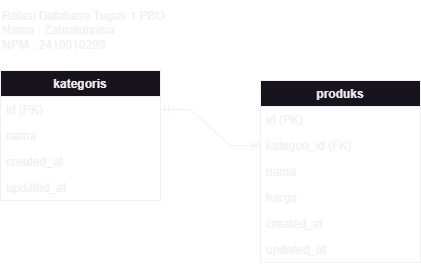
Above: gambar_relasi.png in zhratnnisaa/tugas1-pbo (draw.io), before the change. Source tidied: cells renumbered, new cells last; positions are measured from the earlier drawing's top-left corner, leaving out a move shared by most shapes. Source of this version:
```xml
<mxGraphModel>
  <root>
    <mxCell id="0" />
    <mxCell id="1" parent="0" />
    <mxCell id="2" value="kategoris" style="swimlane;fontStyle=1;horizontal=1;startSize=26;" parent="1" vertex="1">
      <mxGeometry y="70" width="160" height="130" as="geometry" />
    </mxCell>
    <mxCell id="3" value="id (PK)" style="text;strokeColor=none;fillColor=none;align=left;verticalAlign=top;spacingLeft=4;spacingRight=4;overflow=hidden;points=[[0,0.5],[1,0.5]];portConstraint=eastwest;" parent="2" vertex="1">
      <mxGeometry y="26" width="160" height="26" as="geometry" />
    </mxCell>
    <mxCell id="4" value="nama" style="text;strokeColor=none;fillColor=none;align=left;verticalAlign=top;spacingLeft=4;spacingRight=4;overflow=hidden;" parent="2" vertex="1">
      <mxGeometry y="52" width="160" height="26" as="geometry" />
    </mxCell>
    <mxCell id="5" value="created_at" style="text;strokeColor=none;fillColor=none;align=left;verticalAlign=top;spacingLeft=4;spacingRight=4;overflow=hidden;" parent="2" vertex="1">
      <mxGeometry y="78" width="160" height="26" as="geometry" />
    </mxCell>
    <mxCell id="6" value="updated_at" style="text;strokeColor=none;fillColor=none;align=left;verticalAlign=top;spacingLeft=4;spacingRight=4;overflow=hidden;" parent="2" vertex="1">
      <mxGeometry y="104" width="160" height="26" as="geometry" />
    </mxCell>
    <mxCell id="7" value="produks" style="swimlane;fontStyle=1;horizontal=1;startSize=26;" parent="1" vertex="1">
      <mxGeometry x="260" y="80" width="160" height="182" as="geometry" />
    </mxCell>
    <mxCell id="8" value="id (PK)" style="text;strokeColor=none;fillColor=none;align=left;verticalAlign=top;spacingLeft=4;spacingRight=4;overflow=hidden;" parent="7" vertex="1">
      <mxGeometry y="26" width="160" height="26" as="geometry" />
    </mxCell>
    <mxCell id="9" value="kategori_id (FK)" style="text;strokeColor=none;fillColor=none;align=left;verticalAlign=top;spacingLeft=4;spacingRight=4;overflow=hidden;points=[[0,0.5],[1,0.5]];portConstraint=eastwest;" parent="7" vertex="1">
      <mxGeometry y="52" width="160" height="26" as="geometry" />
    </mxCell>
    <mxCell id="10" value="nama" style="text;strokeColor=none;fillColor=none;align=left;verticalAlign=top;spacingLeft=4;spacingRight=4;overflow=hidden;" parent="7" vertex="1">
      <mxGeometry y="78" width="160" height="26" as="geometry" />
    </mxCell>
    <mxCell id="11" value="harga" style="text;strokeColor=none;fillColor=none;align=left;verticalAlign=top;spacingLeft=4;spacingRight=4;overflow=hidden;" parent="7" vertex="1">
      <mxGeometry y="104" width="160" height="26" as="geometry" />
    </mxCell>
    <mxCell id="12" value="created_at" style="text;strokeColor=none;fillColor=none;align=left;verticalAlign=top;spacingLeft=4;spacingRight=4;overflow=hidden;" parent="7" vertex="1">
      <mxGeometry y="130" width="160" height="26" as="geometry" />
    </mxCell>
    <mxCell id="13" value="updated_at" style="text;strokeColor=none;fillColor=none;align=left;verticalAlign=top;spacingLeft=4;spacingRight=4;overflow=hidden;" parent="7" vertex="1">
      <mxGeometry y="156" width="160" height="26" as="geometry" />
    </mxCell>
    <mxCell id="14" style="edgeStyle=entityRelationEdgeStyle;fontSize=12;html=1;endArrow=ERoneToMany;startArrow=ERmandOne;rounded=0;exitX=1;exitY=0.5;exitDx=0;exitDy=0;entryX=0;entryY=0.5;entryDx=0;entryDy=0;" parent="1" edge="1" source="3" target="9">
      <mxGeometry relative="1" as="geometry" />
    </mxCell>
    <mxCell id="15" value="Relasi Database Tugas 1 PBO&lt;div&gt;Nama : Zahratunnisa&lt;/div&gt;&lt;div&gt;NPM : 2410010299&lt;/div&gt;" style="text;html=1;align=left;verticalAlign=middle;strokeColor=none;fillColor=none;" parent="1" vertex="1">
      <mxGeometry width="190" height="60" as="geometry" />
    </mxCell>
  </root>
</mxGraphModel>
```
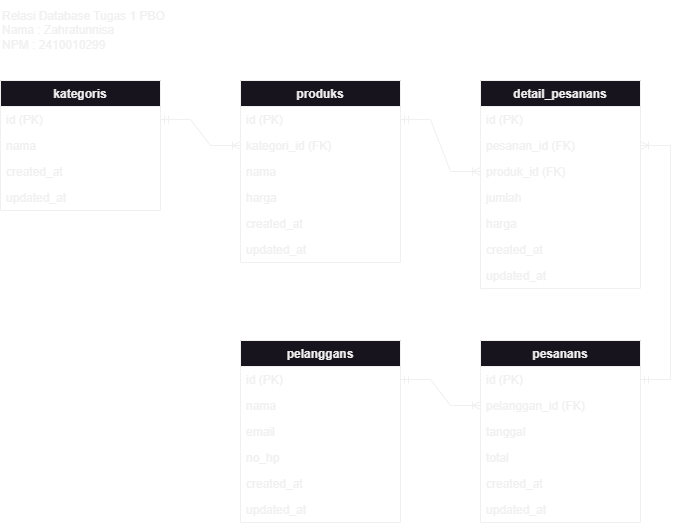
After the commit.

Commit message:
ganti gambar relasi dengan versi baru

What changed in the source:
```diff
@@ -2,15 +2,18 @@
   <root>
     <mxCell id="0" />
     <mxCell id="1" parent="0" />
+    <mxCell id="15" value="Relasi Database Tugas 1 PBO&lt;div&gt;Nama : Zahratunnisa&lt;/div&gt;&lt;div&gt;NPM : 2410010299&lt;/div&gt;" style="text;html=1;align=left;verticalAlign=middle;strokeColor=none;fillColor=none;" parent="1" vertex="1">
+      <mxGeometry x="-130" width="190" height="60" as="geometry" />
+    </mxCell>
     <mxCell id="2" value="kategoris" style="swimlane;fontStyle=1;horizontal=1;startSize=26;" parent="1" vertex="1">
-      <mxGeometry y="70" width="160" height="130" as="geometry" />
+      <mxGeometry x="-130" y="80" width="160" height="130" as="geometry" />
     </mxCell>
-    <mxCell id="3" value="id (PK)" style="text;strokeColor=none;fillColor=none;align=left;verticalAlign=top;spacingLeft=4;spacingRight=4;overflow=hidden;points=[[0,0.5],[1,0.5]];portConstraint=eastwest;" parent="2" vertex="1">
-      <mxGeometry y="26" width="160" height="26" as="geometry" />
-    </mxCell>
-    <mxCell id="4" value="nama" style="text;strokeColor=none;fillColor=none;align=left;verticalAlign=top;spacingLeft=4;spacingRight=4;overflow=hidden;" parent="2" vertex="1">
-      <mxGeometry y="52" width="160" height="26" as="geometry" />
-    </mxCell>
+    <mxCell id="16" value="id (PK)" style="text;strokeColor=none;fillColor=none;align=left;verticalAlign=top;spacingLeft=4;spacingRight=4;overflow=hidden;points=[[0,0.5],[1,0.5]];portConstraint=eastwest;" parent="2" vertex="1">
+      <mxGeometry y="26" width="160" height="26" as="geometry" />
+    </mxCell>
+    <mxCell id="17" value="nama" style="text;strokeColor=none;fillColor=none;align=left;verticalAlign=top;spacingLeft=4;spacingRight=4;overflow=hidden;" parent="2" vertex="1">
+      <mxGeometry y="52" width="160" height="26" as="geometry" />
+    </mxCell>
     <mxCell id="5" value="created_at" style="text;strokeColor=none;fillColor=none;align=left;verticalAlign=top;spacingLeft=4;spacingRight=4;overflow=hidden;" parent="2" vertex="1">
       <mxGeometry y="78" width="160" height="26" as="geometry" />
     </mxCell>
@@ -18,11 +21,11 @@
       <mxGeometry y="104" width="160" height="26" as="geometry" />
     </mxCell>
     <mxCell id="7" value="produks" style="swimlane;fontStyle=1;horizontal=1;startSize=26;" parent="1" vertex="1">
-      <mxGeometry x="260" y="80" width="160" height="182" as="geometry" />
+      <mxGeometry x="110" y="80" width="160" height="182" as="geometry" />
     </mxCell>
-    <mxCell id="8" value="id (PK)" style="text;strokeColor=none;fillColor=none;align=left;verticalAlign=top;spacingLeft=4;spacingRight=4;overflow=hidden;" parent="7" vertex="1">
-      <mxGeometry y="26" width="160" height="26" as="geometry" />
-    </mxCell>
+    <mxCell id="18" value="id (PK)" style="text;strokeColor=none;fillColor=none;align=left;verticalAlign=top;spacingLeft=4;spacingRight=4;overflow=hidden;points=[[0,0.5],[1,0.5]];portConstraint=eastwest;" parent="7" vertex="1">
+      <mxGeometry y="26" width="160" height="26" as="geometry" />
+    </mxCell>
     <mxCell id="9" value="kategori_id (FK)" style="text;strokeColor=none;fillColor=none;align=left;verticalAlign=top;spacingLeft=4;spacingRight=4;overflow=hidden;points=[[0,0.5],[1,0.5]];portConstraint=eastwest;" parent="7" vertex="1">
       <mxGeometry y="52" width="160" height="26" as="geometry" />
     </mxCell>
@@ -32,17 +35,108 @@
     <mxCell id="11" value="harga" style="text;strokeColor=none;fillColor=none;align=left;verticalAlign=top;spacingLeft=4;spacingRight=4;overflow=hidden;" parent="7" vertex="1">
       <mxGeometry y="104" width="160" height="26" as="geometry" />
     </mxCell>
-    <mxCell id="12" value="created_at" style="text;strokeColor=none;fillColor=none;align=left;verticalAlign=top;spacingLeft=4;spacingRight=4;overflow=hidden;" parent="7" vertex="1">
-      <mxGeometry y="130" width="160" height="26" as="geometry" />
-    </mxCell>
-    <mxCell id="13" value="updated_at" style="text;strokeColor=none;fillColor=none;align=left;verticalAlign=top;spacingLeft=4;spacingRight=4;overflow=hidden;" parent="7" vertex="1">
-      <mxGeometry y="156" width="160" height="26" as="geometry" />
-    </mxCell>
-    <mxCell id="14" style="edgeStyle=entityRelationEdgeStyle;fontSize=12;html=1;endArrow=ERoneToMany;startArrow=ERmandOne;rounded=0;exitX=1;exitY=0.5;exitDx=0;exitDy=0;entryX=0;entryY=0.5;entryDx=0;entryDy=0;" parent="1" edge="1" source="3" target="9">
-      <mxGeometry relative="1" as="geometry" />
-    </mxCell>
-    <mxCell id="15" value="Relasi Database Tugas 1 PBO&lt;div&gt;Nama : Zahratunnisa&lt;/div&gt;&lt;div&gt;NPM : 2410010299&lt;/div&gt;" style="text;html=1;align=left;verticalAlign=middle;strokeColor=none;fillColor=none;" parent="1" vertex="1">
-      <mxGeometry width="190" height="60" as="geometry" />
-    </mxCell>
+    <mxCell id="19" value="created_at" style="text;strokeColor=none;fillColor=none;align=left;verticalAlign=top;spacingLeft=4;spacingRight=4;overflow=hidden;" parent="7" vertex="1">
+      <mxGeometry y="130" width="160" height="26" as="geometry" />
+    </mxCell>
+    <mxCell id="20" value="updated_at" style="text;strokeColor=none;fillColor=none;align=left;verticalAlign=top;spacingLeft=4;spacingRight=4;overflow=hidden;" parent="7" vertex="1">
+      <mxGeometry y="156" width="160" height="26" as="geometry" />
+    </mxCell>
+    <mxCell id="21" value="pelanggans" style="swimlane;fontStyle=1;horizontal=1;startSize=26;" parent="1" vertex="1">
+      <mxGeometry x="110" y="340" width="160" height="182" as="geometry" />
+    </mxCell>
+    <mxCell id="22" value="id (PK)" style="text;strokeColor=none;fillColor=none;align=left;verticalAlign=top;spacingLeft=4;spacingRight=4;overflow=hidden;points=[[0,0.5],[1,0.5]];portConstraint=eastwest;" parent="21" vertex="1">
+      <mxGeometry y="26" width="160" height="26" as="geometry" />
+    </mxCell>
+    <mxCell id="23" value="nama" style="text;strokeColor=none;fillColor=none;align=left;verticalAlign=top;spacingLeft=4;spacingRight=4;overflow=hidden;" parent="21" vertex="1">
+      <mxGeometry y="52" width="160" height="26" as="geometry" />
+    </mxCell>
+    <mxCell id="24" value="email" style="text;strokeColor=none;fillColor=none;align=left;verticalAlign=top;spacingLeft=4;spacingRight=4;overflow=hidden;" parent="21" vertex="1">
+      <mxGeometry y="78" width="160" height="26" as="geometry" />
+    </mxCell>
+    <mxCell id="25" value="no_hp" style="text;strokeColor=none;fillColor=none;align=left;verticalAlign=top;spacingLeft=4;spacingRight=4;overflow=hidden;" parent="21" vertex="1">
+      <mxGeometry y="104" width="160" height="26" as="geometry" />
+    </mxCell>
+    <mxCell id="26" value="created_at" style="text;strokeColor=none;fillColor=none;align=left;verticalAlign=top;spacingLeft=4;spacingRight=4;overflow=hidden;" parent="21" vertex="1">
+      <mxGeometry y="130" width="160" height="26" as="geometry" />
+    </mxCell>
+    <mxCell id="27" value="updated_at" style="text;strokeColor=none;fillColor=none;align=left;verticalAlign=top;spacingLeft=4;spacingRight=4;overflow=hidden;" parent="21" vertex="1">
+      <mxGeometry y="156" width="160" height="26" as="geometry" />
+    </mxCell>
+    <mxCell id="28" value="pesanans" style="swimlane;fontStyle=1;horizontal=1;startSize=26;" parent="1" vertex="1">
+      <mxGeometry x="350" y="340" width="160" height="182" as="geometry" />
+    </mxCell>
+    <mxCell id="29" value="id (PK)" style="text;strokeColor=none;fillColor=none;align=left;verticalAlign=top;spacingLeft=4;spacingRight=4;overflow=hidden;points=[[0,0.5],[1,0.5]];portConstraint=eastwest;" parent="28" vertex="1">
+      <mxGeometry y="26" width="160" height="26" as="geometry" />
+    </mxCell>
+    <mxCell id="30" value="pelanggan_id (FK)" style="text;strokeColor=none;fillColor=none;align=left;verticalAlign=top;spacingLeft=4;spacingRight=4;overflow=hidden;points=[[0,0.5],[1,0.5]];portConstraint=eastwest;" parent="28" vertex="1">
+      <mxGeometry y="52" width="160" height="26" as="geometry" />
+    </mxCell>
+    <mxCell id="31" value="tanggal" style="text;strokeColor=none;fillColor=none;align=left;verticalAlign=top;spacingLeft=4;spacingRight=4;overflow=hidden;" parent="28" vertex="1">
+      <mxGeometry y="78" width="160" height="26" as="geometry" />
+    </mxCell>
+    <mxCell id="32" value="total" style="text;strokeColor=none;fillColor=none;align=left;verticalAlign=top;spacingLeft=4;spacingRight=4;overflow=hidden;" parent="28" vertex="1">
+      <mxGeometry y="104" width="160" height="26" as="geometry" />
+    </mxCell>
+    <mxCell id="33" value="created_at" style="text;strokeColor=none;fillColor=none;align=left;verticalAlign=top;spacingLeft=4;spacingRight=4;overflow=hidden;" parent="28" vertex="1">
+      <mxGeometry y="130" width="160" height="26" as="geometry" />
+    </mxCell>
+    <mxCell id="34" value="updated_at" style="text;strokeColor=none;fillColor=none;align=left;verticalAlign=top;spacingLeft=4;spacingRight=4;overflow=hidden;" parent="28" vertex="1">
+      <mxGeometry y="156" width="160" height="26" as="geometry" />
+    </mxCell>
+    <mxCell id="35" value="detail_pesanans" style="swimlane;fontStyle=1;horizontal=1;startSize=26;" parent="1" vertex="1">
+      <mxGeometry x="350" y="80" width="160" height="208" as="geometry" />
+    </mxCell>
+    <mxCell id="36" value="id (PK)" style="text;strokeColor=none;fillColor=none;align=left;verticalAlign=top;spacingLeft=4;spacingRight=4;overflow=hidden;" parent="35" vertex="1">
+      <mxGeometry y="26" width="160" height="26" as="geometry" />
+    </mxCell>
+    <mxCell id="37" value="pesanan_id (FK)" style="text;strokeColor=none;fillColor=none;align=left;verticalAlign=top;spacingLeft=4;spacingRight=4;overflow=hidden;points=[[0,0.5],[1,0.5]];portConstraint=eastwest;" parent="35" vertex="1">
+      <mxGeometry y="52" width="160" height="26" as="geometry" />
+    </mxCell>
+    <mxCell id="38" value="produk_id (FK)" style="text;strokeColor=none;fillColor=none;align=left;verticalAlign=top;spacingLeft=4;spacingRight=4;overflow=hidden;points=[[0,0.5],[1,0.5]];portConstraint=eastwest;" parent="35" vertex="1">
+      <mxGeometry y="78" width="160" height="26" as="geometry" />
+    </mxCell>
+    <mxCell id="39" value="jumlah" style="text;strokeColor=none;fillColor=none;align=left;verticalAlign=top;spacingLeft=4;spacingRight=4;overflow=hidden;" parent="35" vertex="1">
+      <mxGeometry y="104" width="160" height="26" as="geometry" />
+    </mxCell>
+    <mxCell id="40" value="harga" style="text;strokeColor=none;fillColor=none;align=left;verticalAlign=top;spacingLeft=4;spacingRight=4;overflow=hidden;" parent="35" vertex="1">
+      <mxGeometry y="130" width="160" height="26" as="geometry" />
+    </mxCell>
+    <mxCell id="41" value="created_at" style="text;strokeColor=none;fillColor=none;align=left;verticalAlign=top;spacingLeft=4;spacingRight=4;overflow=hidden;" parent="35" vertex="1">
+      <mxGeometry y="156" width="160" height="26" as="geometry" />
+    </mxCell>
+    <mxCell id="42" value="updated_at" style="text;strokeColor=none;fillColor=none;align=left;verticalAlign=top;spacingLeft=4;spacingRight=4;overflow=hidden;" parent="35" vertex="1">
+      <mxGeometry y="182" width="160" height="26" as="geometry" />
+    </mxCell>
+    <mxCell id="43" style="edgeStyle=entityRelationEdgeStyle;fontSize=12;html=1;endArrow=ERoneToMany;startArrow=ERmandOne;rounded=0;exitX=1;exitY=0.5;exitDx=0;exitDy=0;entryX=0;entryY=0.5;entryDx=0;entryDy=0;" parent="1" edge="1" source="16" target="9">
+      <mxGeometry relative="1" as="geometry">
+        <Array as="points">
+          <mxPoint x="-90" y="332" />
+        </Array>
+      </mxGeometry>
+    </mxCell>
+    <mxCell id="44" style="edgeStyle=entityRelationEdgeStyle;fontSize=12;html=1;endArrow=ERoneToMany;startArrow=ERmandOne;rounded=0;entryX=0;entryY=0.5;entryDx=0;entryDy=0;exitX=1;exitY=0.5;exitDx=0;exitDy=0;" parent="1" edge="1" source="18" target="38">
+      <mxGeometry relative="1" as="geometry">
+        <Array as="points">
+          <mxPoint x="150" y="483" />
+          <mxPoint x="310" y="451" />
+        </Array>
+      </mxGeometry>
+    </mxCell>
+    <mxCell id="45" style="edgeStyle=entityRelationEdgeStyle;fontSize=12;html=1;endArrow=ERoneToMany;startArrow=ERmandOne;rounded=0;entryX=1;entryY=0.5;entryDx=0;entryDy=0;exitX=1;exitY=0.5;exitDx=0;exitDy=0;" parent="1" edge="1" source="29" target="37">
+      <mxGeometry relative="1" as="geometry">
+        <Array as="points">
+          <mxPoint x="470" y="594" />
+          <mxPoint x="630" y="562" />
+        </Array>
+      </mxGeometry>
+    </mxCell>
+    <mxCell id="46" style="edgeStyle=entityRelationEdgeStyle;fontSize=12;html=1;endArrow=ERoneToMany;startArrow=ERmandOne;rounded=0;entryX=0;entryY=0.5;entryDx=0;entryDy=0;" parent="1" edge="1" source="22" target="30">
+      <mxGeometry relative="1" as="geometry">
+        <Array as="points">
+          <mxPoint x="150" y="724" />
+          <mxPoint x="310" y="692" />
+        </Array>
+      </mxGeometry>
+    </mxCell>
   </root>
 </mxGraphModel>
```
